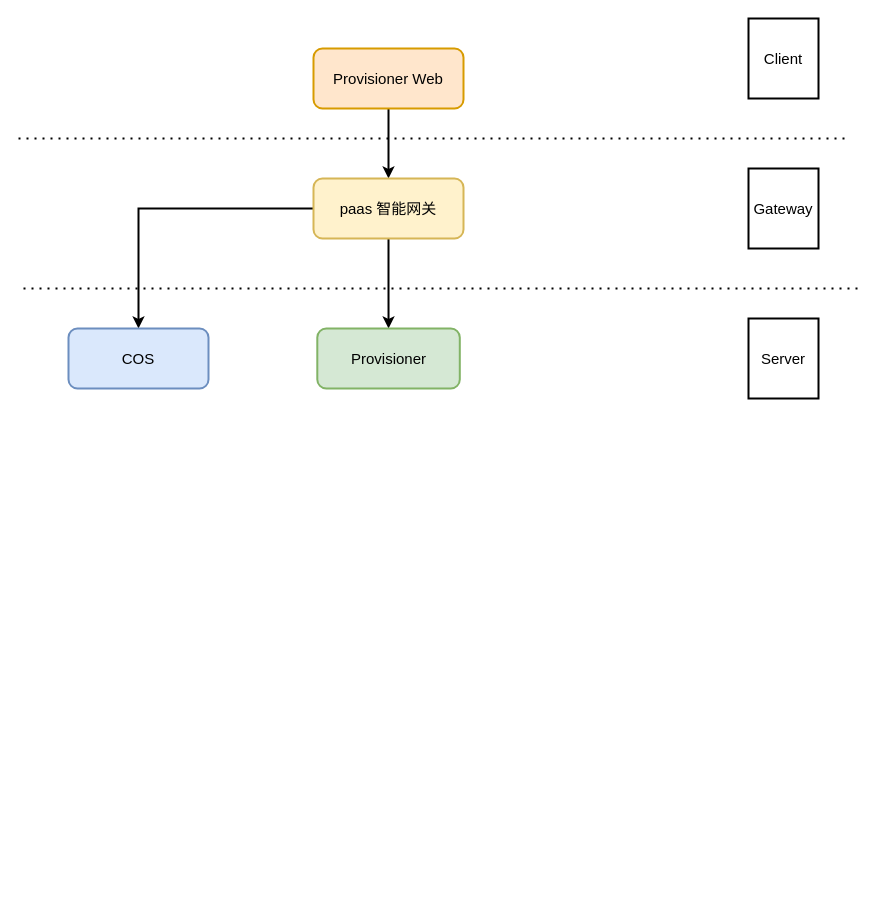
Before: structure.drawio in delaprada/draw.io, a draw.io diagram. Source tidied: cells renumbered, new cells numbered last; positions are measured from the earlier drawing's top-left corner, leaving out a move shared by most shapes. Both pictures are drawn from the tidied source at 100%, with x=0, y=0 at pixel (18, 18).
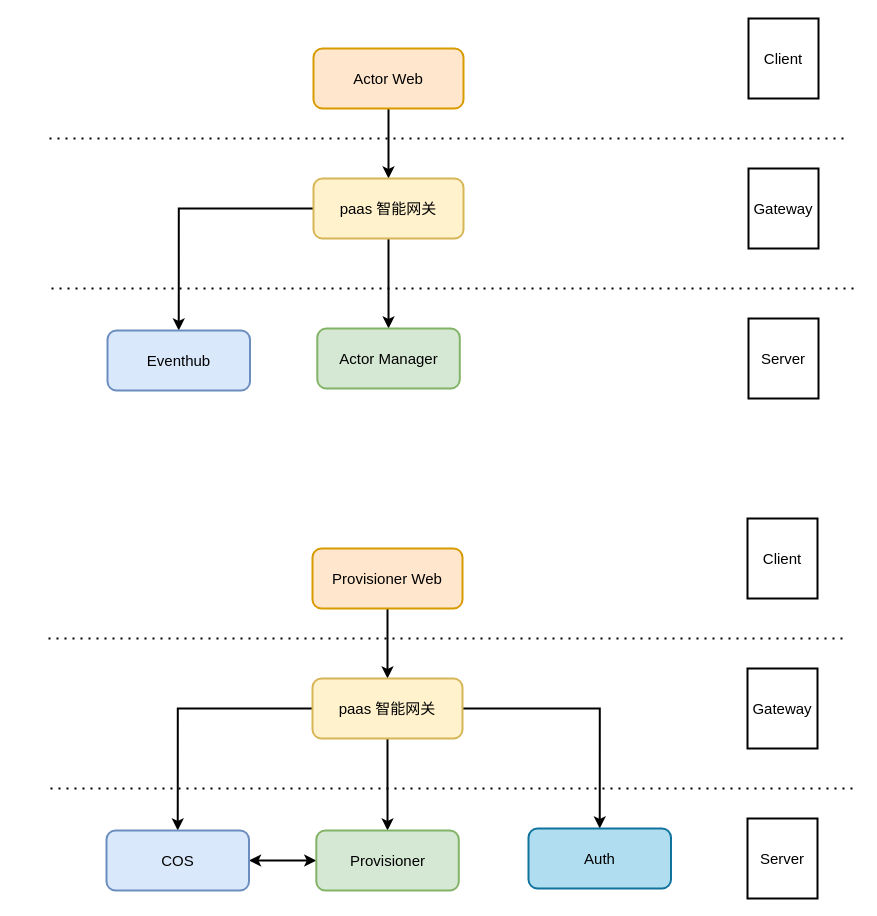
Above is the later version.

The change refers to these unchanged cells:
```xml
<mxCell id="6" value="&lt;font style=&quot;font-size: 15px&quot;&gt;paas 智能网关&lt;/font&gt;" style="rounded=1;whiteSpace=wrap;html=1;strokeWidth=2;fillColor=#fff2cc;strokeColor=#d6b656;" parent="1" vertex="1">
  <mxGeometry x="295" y="160" width="150" height="60" as="geometry" />
</mxCell>
```

Diff of the diagram source:
```diff
@@
-    <mxCell id="3" value="&lt;font style=&quot;font-size: 15px&quot;&gt;Provisioner Web&lt;/font&gt;" style="rounded=1;whiteSpace=wrap;html=1;strokeWidth=2;fillColor=#ffe6cc;strokeColor=#d79b00;" parent="1" vertex="1">
+    <mxCell id="3" value="&lt;font style=&quot;font-size: 15px&quot;&gt;Actor Web&lt;/font&gt;" style="rounded=1;whiteSpace=wrap;html=1;strokeWidth=2;fillColor=#ffe6cc;strokeColor=#d79b00;" parent="1" vertex="1">
       <mxGeometry x="295" y="30" width="150" height="60" as="geometry" />
     </mxCell>
@@
-    <mxCell id="5" style="edgeStyle=orthogonalEdgeStyle;rounded=0;jettySize=auto;html=1;entryX=0.5;entryY=0;entryDx=0;entryDy=0;fontSize=15;strokeWidth=2;" parent="1" edge="1" source="6" target="8">
-      <mxGeometry relative="1" as="geometry" />
-    </mxCell>
+    <mxCell id="14" style="edgeStyle=orthogonalEdgeStyle;rounded=0;jettySize=auto;html=1;entryX=0.5;entryY=0;entryDx=0;entryDy=0;fontSize=15;strokeWidth=2;" parent="1" edge="1" source="6" target="15">
+      <mxGeometry relative="1" as="geometry" />
+    </mxCell>
@@
-    <mxCell id="7" value="&lt;font style=&quot;font-size: 15px&quot;&gt;Provisioner&lt;/font&gt;" style="rounded=1;whiteSpace=wrap;html=1;strokeWidth=2;fillColor=#d5e8d4;strokeColor=#82b366;" parent="1" vertex="1">
+    <mxCell id="7" value="&lt;span style=&quot;font-size: 15px&quot;&gt;Actor Manager&lt;/span&gt;" style="rounded=1;whiteSpace=wrap;html=1;strokeWidth=2;fillColor=#d5e8d4;strokeColor=#82b366;" parent="1" vertex="1">
       <mxGeometry x="298.8" y="310" width="142.5" height="60" as="geometry" />
     </mxCell>
-    <mxCell id="8" value="&lt;font style=&quot;font-size: 15px&quot;&gt;COS&lt;/font&gt;" style="rounded=1;whiteSpace=wrap;html=1;strokeWidth=2;fillColor=#dae8fc;strokeColor=#6c8ebf;" parent="1" vertex="1">
-      <mxGeometry x="50" y="310" width="140" height="60" as="geometry" />
-    </mxCell>
     <mxCell id="9" style="endArrow=none;dashed=1;html=1;dashPattern=1 3;strokeWidth=2;rounded=0;" parent="1" edge="1">
       <mxGeometry relative="1" as="geometry">
-        <mxPoint y="120" as="sourcePoint" />
+        <mxPoint x="31" y="120" as="sourcePoint" />
         <mxPoint x="830" y="120" as="targetPoint" />
       </mxGeometry>
     </mxCell>
     <mxCell id="10" style="endArrow=none;dashed=1;html=1;dashPattern=1 3;strokeWidth=2;rounded=0;" parent="1" edge="1">
       <mxGeometry relative="1" as="geometry">
-        <mxPoint x="5" y="270" as="sourcePoint" />
+        <mxPoint x="33" y="270" as="sourcePoint" />
         <mxPoint x="840" y="270" as="targetPoint" />
       </mxGeometry>
     </mxCell>
@@
+    <mxCell id="15" value="&lt;span style=&quot;font-size: 15px&quot;&gt;Eventhub&lt;/span&gt;" style="rounded=1;whiteSpace=wrap;html=1;strokeWidth=2;fillColor=#dae8fc;strokeColor=#6c8ebf;" parent="1" vertex="1">
+      <mxGeometry x="89" y="312" width="142.5" height="60" as="geometry" />
+    </mxCell>
+    <mxCell id="16" style="edgeStyle=orthogonalEdgeStyle;rounded=0;jettySize=auto;html=1;exitX=0.5;exitY=1;exitDx=0;exitDy=0;entryX=0.5;entryY=0;entryDx=0;entryDy=0;fontSize=15;strokeWidth=2;" parent="1" edge="1" source="17" target="21">
+      <mxGeometry relative="1" as="geometry" />
+    </mxCell>
+    <mxCell id="17" value="&lt;font style=&quot;font-size: 15px&quot;&gt;Provisioner Web&lt;/font&gt;" style="rounded=1;whiteSpace=wrap;html=1;strokeWidth=2;fillColor=#ffe6cc;strokeColor=#d79b00;" parent="1" vertex="1">
+      <mxGeometry x="294" y="530" width="150" height="60" as="geometry" />
+    </mxCell>
+    <mxCell id="18" style="edgeStyle=orthogonalEdgeStyle;rounded=0;jettySize=auto;html=1;fontSize=15;entryX=0.5;entryY=0;entryDx=0;entryDy=0;strokeWidth=2;" parent="1" edge="1" source="21" target="23">
+      <mxGeometry relative="1" as="geometry" />
+    </mxCell>
+    <mxCell id="19" style="edgeStyle=orthogonalEdgeStyle;rounded=0;jettySize=auto;html=1;entryX=0.5;entryY=0;entryDx=0;entryDy=0;fontSize=15;strokeWidth=2;" parent="1" edge="1" source="21" target="8">
+      <mxGeometry relative="1" as="geometry" />
+    </mxCell>
+    <mxCell id="20" style="edgeStyle=orthogonalEdgeStyle;rounded=0;jettySize=auto;html=1;entryX=0.5;entryY=0;entryDx=0;entryDy=0;fontSize=15;strokeWidth=2;" parent="1" edge="1" source="21" target="29">
+      <mxGeometry relative="1" as="geometry" />
+    </mxCell>
+    <mxCell id="21" value="&lt;font style=&quot;font-size: 15px&quot;&gt;paas 智能网关&lt;/font&gt;" style="rounded=1;whiteSpace=wrap;html=1;strokeWidth=2;fillColor=#fff2cc;strokeColor=#d6b656;" parent="1" vertex="1">
+      <mxGeometry x="294" y="660" width="150" height="60" as="geometry" />
+    </mxCell>
+    <mxCell id="22" style="edgeStyle=orthogonalEdgeStyle;rounded=0;jettySize=auto;html=1;entryX=1;entryY=0.5;entryDx=0;entryDy=0;fontSize=15;strokeWidth=2;startArrow=classic;startFill=1;" parent="1" edge="1" source="23" target="8">
+      <mxGeometry relative="1" as="geometry" />
+    </mxCell>
+    <mxCell id="23" value="&lt;span style=&quot;font-size: 15px&quot;&gt;Provisioner&lt;/span&gt;" style="rounded=1;whiteSpace=wrap;html=1;strokeWidth=2;fillColor=#d5e8d4;strokeColor=#82b366;" parent="1" vertex="1">
+      <mxGeometry x="297.8" y="812" width="142.5" height="60" as="geometry" />
+    </mxCell>
+    <mxCell id="24" style="endArrow=none;dashed=1;html=1;dashPattern=1 3;strokeWidth=2;rounded=0;" parent="1" edge="1">
+      <mxGeometry relative="1" as="geometry">
+        <mxPoint x="30" y="620" as="sourcePoint" />
+        <mxPoint x="829" y="620" as="targetPoint" />
+      </mxGeometry>
+    </mxCell>
+    <mxCell id="25" style="endArrow=none;dashed=1;html=1;dashPattern=1 3;strokeWidth=2;rounded=0;" parent="1" edge="1">
+      <mxGeometry relative="1" as="geometry">
+        <mxPoint x="32" y="770" as="sourcePoint" />
+        <mxPoint x="839" y="770" as="targetPoint" />
+      </mxGeometry>
+    </mxCell>
+    <mxCell id="26" value="&lt;span style=&quot;font-size: 15px&quot;&gt;Gateway&lt;/span&gt;" style="rounded=0;whiteSpace=wrap;html=1;strokeWidth=2;" parent="1" vertex="1">
+      <mxGeometry x="729" y="650" width="70" height="80" as="geometry" />
+    </mxCell>
+    <mxCell id="27" value="&lt;span style=&quot;font-size: 15px&quot;&gt;Server&lt;/span&gt;" style="rounded=0;whiteSpace=wrap;html=1;strokeWidth=2;" parent="1" vertex="1">
+      <mxGeometry x="729" y="800" width="70" height="80" as="geometry" />
+    </mxCell>
+    <mxCell id="28" value="&lt;span style=&quot;font-size: 15px&quot;&gt;Client&lt;/span&gt;" style="rounded=0;whiteSpace=wrap;html=1;strokeWidth=2;" parent="1" vertex="1">
+      <mxGeometry x="729" y="500" width="70" height="80" as="geometry" />
+    </mxCell>
+    <mxCell id="8" value="&lt;span style=&quot;font-size: 15px&quot;&gt;COS&lt;/span&gt;" style="rounded=1;whiteSpace=wrap;html=1;strokeWidth=2;fillColor=#dae8fc;strokeColor=#6c8ebf;" parent="1" vertex="1">
+      <mxGeometry x="88" y="812" width="142.5" height="60" as="geometry" />
+    </mxCell>
+    <mxCell id="29" value="&lt;span style=&quot;font-size: 15px&quot;&gt;Auth&lt;/span&gt;" style="rounded=1;whiteSpace=wrap;html=1;strokeWidth=2;fillColor=#b1ddf0;strokeColor=#10739e;" parent="1" vertex="1">
+      <mxGeometry x="510" y="810" width="142.5" height="60" as="geometry" />
+    </mxCell>
```
